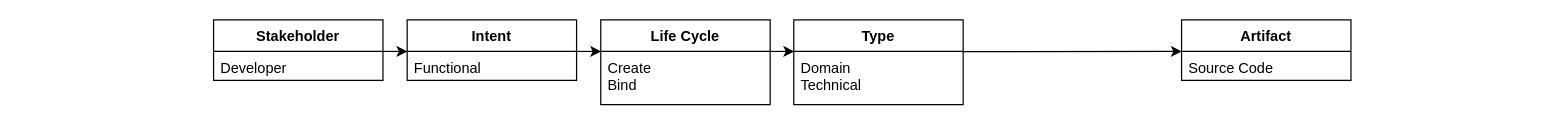
Above: images/template.drawio in AI-4-SE/Dimensions-of-Software-Configuration (draw.io), before the change. Source tidied: cells renumbered, new cells numbered last; positions are measured from the earlier drawing's top-left corner, leaving out a move shared by most shapes. Both pictures are drawn from the tidied source at 121%, with x=0, y=0 at pixel (19, 19).
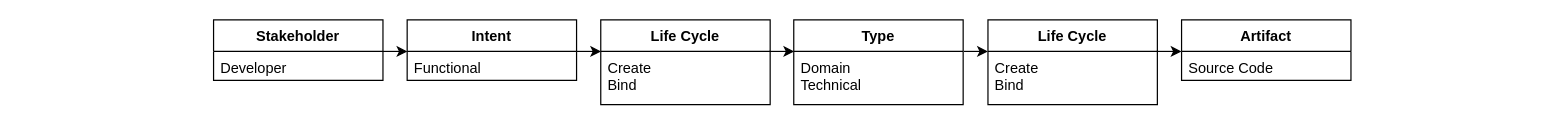
The same diagram, later.

The change refers to these unchanged cells:
```xml
<mxCell id="18" value="Domain&#10;Technical" style="text;strokeColor=none;fillColor=none;align=left;verticalAlign=top;spacingLeft=4;spacingRight=4;overflow=hidden;points=[[0,0.5],[1,0.5]];portConstraint=eastwest;" parent="17" vertex="1">
  <mxGeometry y="26" width="140" height="44" as="geometry" />
</mxCell>
```

Change to the diagram source:
```diff
@@
-    <mxCell id="7" style="edgeStyle=orthogonalEdgeStyle;rounded=0;jettySize=auto;html=1;entryX=0;entryY=0.5;entryDx=0;entryDy=0;exitX=0.996;exitY=0.003;exitDx=0;exitDy=0;exitPerimeter=0;" parent="1" edge="1" source="18">
-      <mxGeometry relative="1" as="geometry">
-        <mxPoint x="960.2" y="26" as="targetPoint" />
-        <Array as="points">
-          <mxPoint x="820" y="26" />
-          <mxPoint x="820" y="26" />
-        </Array>
-      </mxGeometry>
-    </mxCell>
@@
+    <mxCell id="22" style="edgeStyle=orthogonalEdgeStyle;rounded=0;orthogonalLoop=1;jettySize=auto;html=1;entryX=0;entryY=0.5;entryDx=0;entryDy=0;" parent="1" edge="1">
+      <mxGeometry relative="1" as="geometry">
+        <mxPoint x="780" y="26" as="sourcePoint" />
+        <mxPoint x="800" y="26" as="targetPoint" />
+      </mxGeometry>
+    </mxCell>
+    <mxCell id="23" value="Life Cycle" style="swimlane;fontStyle=1;horizontal=1;startSize=26;fillColor=none;" parent="1" vertex="1">
+      <mxGeometry x="800" width="140" height="70" as="geometry" />
+    </mxCell>
+    <mxCell id="24" value="Create&#10;Bind" style="text;strokeColor=none;fillColor=none;align=left;verticalAlign=top;spacingLeft=4;spacingRight=4;overflow=hidden;" parent="23" vertex="1">
+      <mxGeometry y="26" width="140" height="44" as="geometry" />
+    </mxCell>
+    <mxCell id="25" style="edgeStyle=orthogonalEdgeStyle;rounded=0;orthogonalLoop=1;jettySize=auto;html=1;entryX=0;entryY=0.5;entryDx=0;entryDy=0;" parent="1" edge="1">
+      <mxGeometry relative="1" as="geometry">
+        <mxPoint x="939.5" y="26" as="sourcePoint" />
+        <mxPoint x="960" y="26" as="targetPoint" />
+      </mxGeometry>
+    </mxCell>
```
